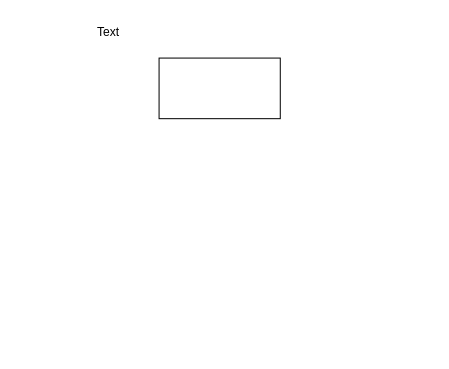
Above: 未命名绘图.drawio in lingpengzhou/diagrams.io (draw.io), before the change. Source tidied: cells renumbered, new cells numbered last; positions are measured from the earlier drawing's top-left corner, leaving out a move shared by most shapes. Both pictures are drawn from the tidied source at 101%, with x=0, y=0 at pixel (78, 17).
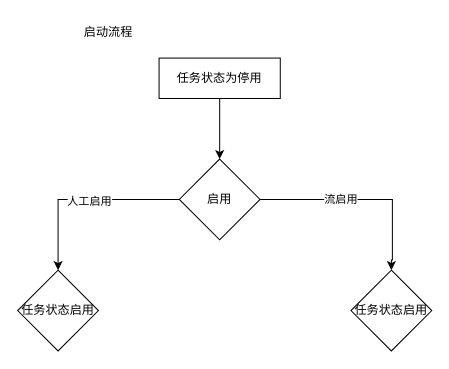
After the change.

Commit message (it also covers changes not shown here):
更新未命名绘图.drawio

What changed in the source:
```diff
@@
 <mxGraphModel>
   <root>
     <mxCell id="0" />
     <mxCell id="1" parent="0" />
+    <mxCell id="4" style="edgeStyle=orthogonalEdgeStyle;rounded=0;jettySize=auto;html=1;" parent="1" edge="1" source="2" target="9">
+      <mxGeometry relative="1" as="geometry" />
+    </mxCell>
-    <mxCell id="2" style="rounded=0;whiteSpace=wrap;html=1;" parent="1" vertex="1">
-      <mxGeometry x="80" y="40" width="120" height="60" as="geometry" />
+    <mxCell id="2" value="任务状态为停用" style="rounded=0;whiteSpace=wrap;html=1;" parent="1" vertex="1">
+      <mxGeometry x="80" y="40" width="120" height="40" as="geometry" />
     </mxCell>
-    <mxCell id="3" value="Text" style="text;html=1;align=center;verticalAlign=middle;whiteSpace=wrap;rounded=0;" parent="1" vertex="1">
+    <mxCell id="3" value="启动流程" style="text;html=1;align=center;verticalAlign=middle;whiteSpace=wrap;rounded=0;" parent="1" vertex="1">
       <mxGeometry width="60" height="30" as="geometry" />
     </mxCell>
+    <mxCell id="5" style="edgeStyle=orthogonalEdgeStyle;rounded=0;jettySize=auto;html=1;entryX=0.5;entryY=0;entryDx=0;entryDy=0;" parent="1" edge="1" source="9" target="10">
+      <mxGeometry relative="1" as="geometry">
+        <Array as="points">
+          <mxPoint x="311" y="180" />
+          <mxPoint x="311" y="240" />
+        </Array>
+      </mxGeometry>
+    </mxCell>
+    <mxCell id="6" value="流启用" style="edgeLabel;html=1;align=center;verticalAlign=middle;" parent="5" vertex="1">
+      <mxGeometry x="-0.22" y="1" relative="1" as="geometry" />
+    </mxCell>
+    <mxCell id="7" style="edgeStyle=orthogonalEdgeStyle;rounded=0;jettySize=auto;html=1;exitX=0;exitY=0.5;exitDx=0;exitDy=0;" parent="1" edge="1" source="9" target="11">
+      <mxGeometry relative="1" as="geometry" />
+    </mxCell>
+    <mxCell id="8" value="人工启用" style="edgeLabel;html=1;align=center;verticalAlign=middle;" parent="7" vertex="1">
+      <mxGeometry x="-0.05" y="1" relative="1" as="geometry" />
+    </mxCell>
+    <mxCell id="9" value="启用" style="rhombus;whiteSpace=wrap;html=1;rounded=0;" parent="1" vertex="1">
+      <mxGeometry x="100" y="140" width="80" height="80" as="geometry" />
+    </mxCell>
+    <mxCell id="10" value="任务状态启用" style="rhombus;whiteSpace=wrap;html=1;rounded=0;" parent="1" vertex="1">
+      <mxGeometry x="270" y="250" width="80" height="80" as="geometry" />
+    </mxCell>
+    <mxCell id="11" value="任务状态启用" style="rhombus;whiteSpace=wrap;html=1;rounded=0;" parent="1" vertex="1">
+      <mxGeometry x="-60" y="250" width="80" height="80" as="geometry" />
+    </mxCell>
   </root>
 </mxGraphModel>
```
